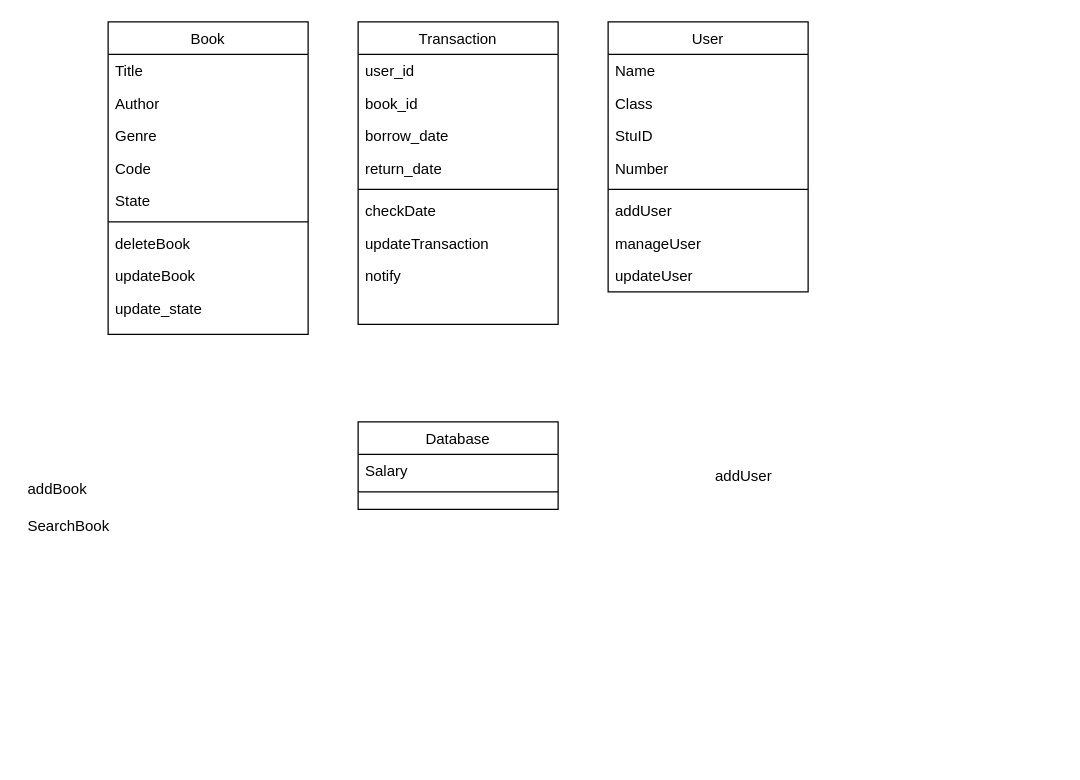
Kia88DC/EasyLib keeps this draw.io diagram as Diagrams/EasyLib.drawio. Above is the earlier version. Source tidied: cells renumbered, new cells numbered last; positions are measured from the earlier drawing's top-left corner, leaving out a move shared by most shapes. Both pictures are drawn from the tidied source at 125%, with x=0, y=0 at pixel (20, 21).
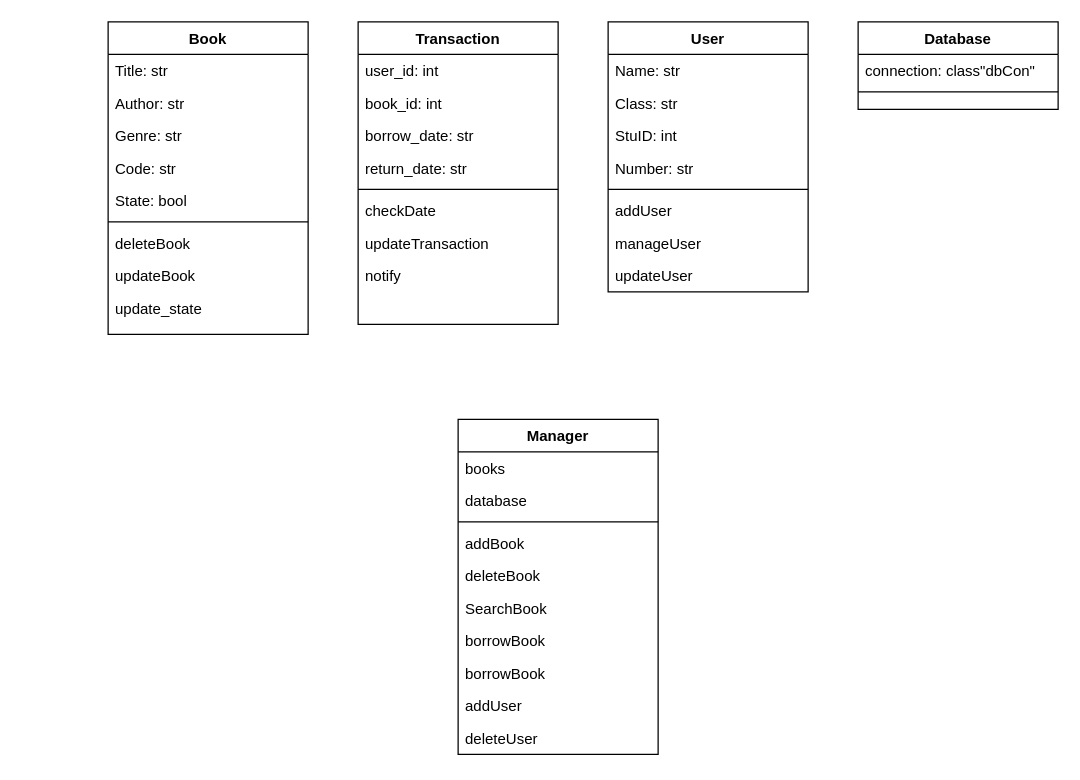
The same diagram, later.

What changed in the source:
```diff
@@
-    <mxCell id="2" value="Transaction" style="swimlane;fontStyle=0;align=center;verticalAlign=top;horizontal=1;startSize=26;rounded=0;shadow=0;strokeWidth=1;" parent="1" vertex="1">
+    <mxCell id="2" value="Transaction" style="swimlane;fontStyle=1;align=center;verticalAlign=top;horizontal=1;startSize=26;rounded=0;shadow=0;strokeWidth=1;" parent="1" vertex="1">
       <mxGeometry x="270" width="160" height="242" as="geometry" />
     </mxCell>
-    <mxCell id="3" value="user_id" style="text;align=left;verticalAlign=top;spacingLeft=4;spacingRight=4;overflow=hidden;" parent="2" vertex="1">
+    <mxCell id="3" value="user_id: int" style="text;align=left;verticalAlign=top;spacingLeft=4;spacingRight=4;overflow=hidden;" parent="2" vertex="1">
       <mxGeometry y="26" width="160" height="26" as="geometry" />
     </mxCell>
-    <mxCell id="4" value="book_id" style="text;align=left;verticalAlign=top;spacingLeft=4;spacingRight=4;overflow=hidden;rounded=0;shadow=0;html=0;" parent="2" vertex="1">
+    <mxCell id="4" value="book_id: int" style="text;align=left;verticalAlign=top;spacingLeft=4;spacingRight=4;overflow=hidden;rounded=0;shadow=0;html=0;" parent="2" vertex="1">
       <mxGeometry y="52" width="160" height="26" as="geometry" />
     </mxCell>
-    <mxCell id="5" value="borrow_date" style="text;align=left;verticalAlign=top;spacingLeft=4;spacingRight=4;overflow=hidden;rounded=0;shadow=0;html=0;" parent="2" vertex="1">
+    <mxCell id="5" value="borrow_date: str" style="text;align=left;verticalAlign=top;spacingLeft=4;spacingRight=4;overflow=hidden;rounded=0;shadow=0;html=0;" parent="2" vertex="1">
       <mxGeometry y="78" width="160" height="26" as="geometry" />
     </mxCell>
-    <mxCell id="6" value="return_date" style="text;align=left;verticalAlign=top;spacingLeft=4;spacingRight=4;overflow=hidden;rounded=0;shadow=0;html=0;" parent="2" vertex="1">
+    <mxCell id="6" value="return_date: str" style="text;align=left;verticalAlign=top;spacingLeft=4;spacingRight=4;overflow=hidden;rounded=0;shadow=0;html=0;" parent="2" vertex="1">
       <mxGeometry y="104" width="160" height="26" as="geometry" />
     </mxCell>
@@
-    <mxCell id="11" value="User" style="swimlane;fontStyle=0;align=center;verticalAlign=top;horizontal=1;startSize=26;rounded=0;shadow=0;strokeWidth=1;" parent="1" vertex="1">
+    <mxCell id="11" value="User" style="swimlane;fontStyle=1;align=center;verticalAlign=top;horizontal=1;startSize=26;rounded=0;shadow=0;strokeWidth=1;" parent="1" vertex="1">
       <mxGeometry x="470" width="160" height="216" as="geometry" />
     </mxCell>
-    <mxCell id="12" value="Name" style="text;align=left;verticalAlign=top;spacingLeft=4;spacingRight=4;overflow=hidden;" parent="11" vertex="1">
+    <mxCell id="12" value="Name: str" style="text;align=left;verticalAlign=top;spacingLeft=4;spacingRight=4;overflow=hidden;" parent="11" vertex="1">
       <mxGeometry y="26" width="160" height="26" as="geometry" />
     </mxCell>
-    <mxCell id="13" value="Class" style="text;align=left;verticalAlign=top;spacingLeft=4;spacingRight=4;overflow=hidden;rounded=0;shadow=0;html=0;" parent="11" vertex="1">
+    <mxCell id="13" value="Class: str" style="text;align=left;verticalAlign=top;spacingLeft=4;spacingRight=4;overflow=hidden;rounded=0;shadow=0;html=0;" parent="11" vertex="1">
       <mxGeometry y="52" width="160" height="26" as="geometry" />
     </mxCell>
-    <mxCell id="14" value="StuID" style="text;align=left;verticalAlign=top;spacingLeft=4;spacingRight=4;overflow=hidden;rounded=0;shadow=0;html=0;" parent="11" vertex="1">
+    <mxCell id="14" value="StuID: int" style="text;align=left;verticalAlign=top;spacingLeft=4;spacingRight=4;overflow=hidden;rounded=0;shadow=0;html=0;" parent="11" vertex="1">
       <mxGeometry y="78" width="160" height="26" as="geometry" />
     </mxCell>
-    <mxCell id="15" value="Number" style="text;align=left;verticalAlign=top;spacingLeft=4;spacingRight=4;overflow=hidden;rounded=0;shadow=0;html=0;" parent="11" vertex="1">
+    <mxCell id="15" value="Number: str" style="text;align=left;verticalAlign=top;spacingLeft=4;spacingRight=4;overflow=hidden;rounded=0;shadow=0;html=0;" parent="11" vertex="1">
       <mxGeometry y="104" width="160" height="26" as="geometry" />
     </mxCell>
@@
-    <mxCell id="20" value="Database" style="swimlane;fontStyle=0;align=center;verticalAlign=top;horizontal=1;startSize=26;rounded=0;shadow=0;strokeWidth=1;" parent="1" vertex="1">
-      <mxGeometry x="270" y="320" width="160" height="70" as="geometry" />
+    <mxCell id="20" value="Database" style="swimlane;fontStyle=1;align=center;verticalAlign=top;horizontal=1;startSize=26;rounded=0;shadow=0;strokeWidth=1;" parent="1" vertex="1">
+      <mxGeometry x="670" width="160" height="70" as="geometry" />
     </mxCell>
-    <mxCell id="21" value="Salary" style="text;align=left;verticalAlign=top;spacingLeft=4;spacingRight=4;overflow=hidden;" parent="20" vertex="1">
+    <mxCell id="21" value="connection: class&quot;dbCon&quot;" style="text;align=left;verticalAlign=top;spacingLeft=4;spacingRight=4;overflow=hidden;" parent="20" vertex="1">
       <mxGeometry y="26" width="160" height="26" as="geometry" />
     </mxCell>
@@
-    <mxCell id="23" value="Book" style="swimlane;fontStyle=0;align=center;verticalAlign=top;horizontal=1;startSize=26;rounded=0;shadow=0;strokeWidth=1;" parent="1" vertex="1">
+    <mxCell id="23" value="Book" style="swimlane;fontStyle=1;align=center;verticalAlign=top;horizontal=1;startSize=26;rounded=0;shadow=0;strokeWidth=1;" parent="1" vertex="1">
       <mxGeometry x="70" width="160" height="250" as="geometry" />
     </mxCell>
-    <mxCell id="24" value="Title" style="text;align=left;verticalAlign=top;spacingLeft=4;spacingRight=4;overflow=hidden;" parent="23" vertex="1">
+    <mxCell id="24" value="Title: str" style="text;align=left;verticalAlign=top;spacingLeft=4;spacingRight=4;overflow=hidden;" parent="23" vertex="1">
       <mxGeometry y="26" width="160" height="26" as="geometry" />
     </mxCell>
-    <mxCell id="25" value="Author" style="text;align=left;verticalAlign=top;spacingLeft=4;spacingRight=4;overflow=hidden;rounded=0;shadow=0;html=0;" parent="23" vertex="1">
+    <mxCell id="25" value="Author: str" style="text;align=left;verticalAlign=top;spacingLeft=4;spacingRight=4;overflow=hidden;rounded=0;shadow=0;html=0;" parent="23" vertex="1">
       <mxGeometry y="52" width="160" height="26" as="geometry" />
     </mxCell>
-    <mxCell id="26" value="Genre" style="text;align=left;verticalAlign=top;spacingLeft=4;spacingRight=4;overflow=hidden;rounded=0;shadow=0;html=0;" parent="23" vertex="1">
+    <mxCell id="26" value="Genre: str" style="text;align=left;verticalAlign=top;spacingLeft=4;spacingRight=4;overflow=hidden;rounded=0;shadow=0;html=0;" parent="23" vertex="1">
       <mxGeometry y="78" width="160" height="26" as="geometry" />
     </mxCell>
-    <mxCell id="27" value="Code" style="text;align=left;verticalAlign=top;spacingLeft=4;spacingRight=4;overflow=hidden;rounded=0;shadow=0;html=0;" parent="23" vertex="1">
+    <mxCell id="27" value="Code: str" style="text;align=left;verticalAlign=top;spacingLeft=4;spacingRight=4;overflow=hidden;rounded=0;shadow=0;html=0;" parent="23" vertex="1">
       <mxGeometry y="104" width="160" height="26" as="geometry" />
     </mxCell>
-    <mxCell id="28" value="State" style="text;align=left;verticalAlign=top;spacingLeft=4;spacingRight=4;overflow=hidden;rounded=0;shadow=0;html=0;" parent="23" vertex="1">
+    <mxCell id="28" value="State: bool" style="text;align=left;verticalAlign=top;spacingLeft=4;spacingRight=4;overflow=hidden;rounded=0;shadow=0;html=0;" parent="23" vertex="1">
       <mxGeometry y="130" width="160" height="26" as="geometry" />
     </mxCell>
@@
+    <mxCell id="36" value="Manager" style="swimlane;fontStyle=1;align=center;verticalAlign=top;horizontal=1;startSize=26;whiteSpace=wrap;html=1;" parent="1" vertex="1">
+      <mxGeometry x="350" y="318" width="160" height="268" as="geometry" />
+    </mxCell>
+    <mxCell id="37" value="books" style="text;strokeColor=none;fillColor=none;align=left;verticalAlign=top;spacingLeft=4;spacingRight=4;overflow=hidden;whiteSpace=wrap;html=1;" parent="36" vertex="1">
+      <mxGeometry y="26" width="160" height="26" as="geometry" />
+    </mxCell>
+    <mxCell id="38" value="database" style="text;strokeColor=none;fillColor=none;align=left;verticalAlign=top;spacingLeft=4;spacingRight=4;overflow=hidden;whiteSpace=wrap;html=1;" parent="36" vertex="1">
+      <mxGeometry y="52" width="160" height="26" as="geometry" />
+    </mxCell>
+    <mxCell id="39" style="line;strokeWidth=1;fillColor=none;align=left;verticalAlign=middle;spacingTop=-1;spacingLeft=3;spacingRight=3;labelPosition=right;strokeColor=inherit;" parent="36" vertex="1">
+      <mxGeometry y="78" width="160" height="8" as="geometry" />
+    </mxCell>
-    <mxCell id="33" value="addBook" style="text;align=left;verticalAlign=top;spacingLeft=4;spacingRight=4;overflow=hidden;" parent="1" vertex="1">
-      <mxGeometry y="360" width="160" height="26" as="geometry" />
+    <mxCell id="33" value="addBook" style="text;align=left;verticalAlign=top;spacingLeft=4;spacingRight=4;overflow=hidden;" parent="36" vertex="1">
+      <mxGeometry y="86" width="160" height="26" as="geometry" />
     </mxCell>
+    <mxCell id="40" value="deleteBook" style="text;align=left;verticalAlign=top;spacingLeft=4;spacingRight=4;overflow=hidden;" parent="36" vertex="1">
+      <mxGeometry y="112" width="160" height="26" as="geometry" />
+    </mxCell>
-    <mxCell id="34" value="SearchBook" style="text;align=left;verticalAlign=top;spacingLeft=4;spacingRight=4;overflow=hidden;" parent="1" vertex="1">
-      <mxGeometry y="390" width="160" height="26" as="geometry" />
+    <mxCell id="34" value="SearchBook" style="text;align=left;verticalAlign=top;spacingLeft=4;spacingRight=4;overflow=hidden;" parent="36" vertex="1">
+      <mxGeometry y="138" width="160" height="26" as="geometry" />
     </mxCell>
+    <mxCell id="41" value="borrowBook" style="text;strokeColor=none;fillColor=none;align=left;verticalAlign=top;spacingLeft=4;spacingRight=4;overflow=hidden;whiteSpace=wrap;html=1;" parent="36" vertex="1">
+      <mxGeometry y="164" width="160" height="26" as="geometry" />
+    </mxCell>
+    <mxCell id="42" value="borrowBook" style="text;strokeColor=none;fillColor=none;align=left;verticalAlign=top;spacingLeft=4;spacingRight=4;overflow=hidden;whiteSpace=wrap;html=1;" parent="36" vertex="1">
+      <mxGeometry y="190" width="160" height="26" as="geometry" />
+    </mxCell>
-    <mxCell id="35" value="addUser" style="text;align=left;verticalAlign=top;spacingLeft=4;spacingRight=4;overflow=hidden;" parent="1" vertex="1">
-      <mxGeometry x="550" y="350" width="160" height="26" as="geometry" />
+    <mxCell id="35" value="addUser" style="text;align=left;verticalAlign=top;spacingLeft=4;spacingRight=4;overflow=hidden;" parent="36" vertex="1">
+      <mxGeometry y="216" width="160" height="26" as="geometry" />
     </mxCell>
+    <mxCell id="43" value="deleteUser" style="text;align=left;verticalAlign=top;spacingLeft=4;spacingRight=4;overflow=hidden;" parent="36" vertex="1">
+      <mxGeometry y="242" width="160" height="26" as="geometry" />
+    </mxCell>
```
